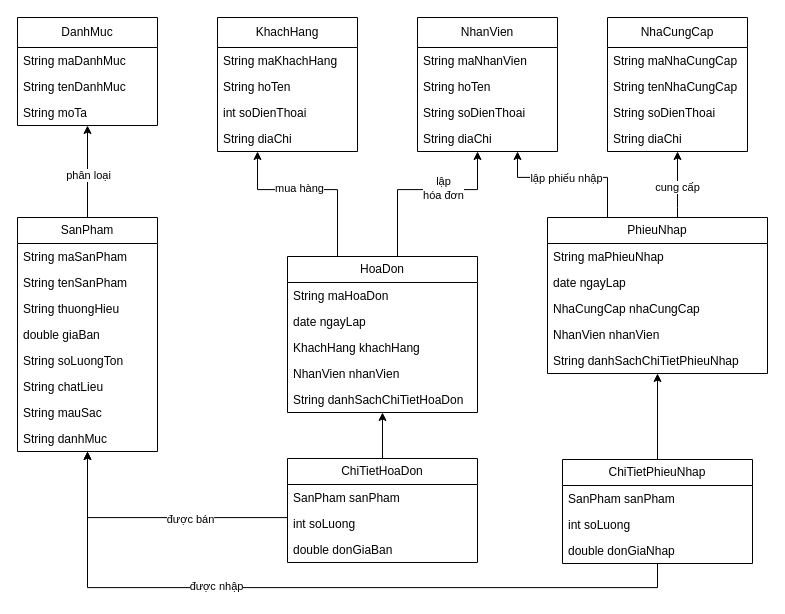
Earlier version of the draw.io diagram page "class diagram" (1 of 2) of DoAn/artifacts/class-diagram.drawio (Mut2407/oop-26). Source tidied: cells renumbered, new cells numbered last; positions are measured from the earlier drawing's top-left corner, leaving out a move shared by most shapes. Both pictures are drawn from the tidied source at 100%, with x=0, y=0 at pixel (17, 17).
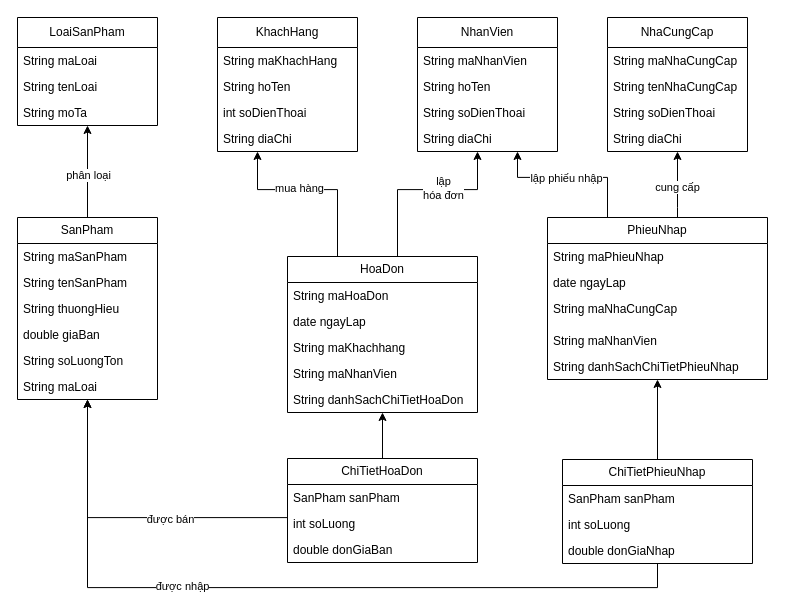
The same page after the edit.

Unchanged cells that the change refers to:
```xml
<mxCell id="36" value="HoaDon" style="swimlane;fontStyle=0;horizontal=1;startSize=26;fillColor=none;whiteSpace=wrap;html=1;" parent="1" vertex="1">
  <mxGeometry x="270" y="239" width="190" height="156" as="geometry" />
</mxCell>
```

Change to the diagram source:
```diff
@@
     <mxCell id="4" value="SanPham" style="swimlane;fontStyle=0;horizontal=1;startSize=26;fillColor=none;whiteSpace=wrap;html=1;" parent="1" vertex="1">
-      <mxGeometry y="200" width="140" height="234" as="geometry" />
+      <mxGeometry y="200" width="140" height="182" as="geometry" />
     </mxCell>
@@
-    <mxCell id="10" value="String chatLieu" style="text;strokeColor=none;fillColor=none;align=left;verticalAlign=top;spacingLeft=4;spacingRight=4;overflow=hidden;whiteSpace=wrap;html=1;" parent="4" vertex="1">
-      <mxGeometry y="156" width="140" height="26" as="geometry" />
-    </mxCell>
-    <mxCell id="11" value="String mauSac" style="text;strokeColor=none;fillColor=none;align=left;verticalAlign=top;spacingLeft=4;spacingRight=4;overflow=hidden;whiteSpace=wrap;html=1;" parent="4" vertex="1">
-      <mxGeometry y="182" width="140" height="26" as="geometry" />
-    </mxCell>
-    <mxCell id="12" value="String danhMuc" style="text;strokeColor=none;fillColor=none;align=left;verticalAlign=top;spacingLeft=4;spacingRight=4;overflow=hidden;whiteSpace=wrap;html=1;" parent="4" vertex="1">
-      <mxGeometry y="208" width="140" height="26" as="geometry" />
+    <mxCell id="12" value="String maLoai" style="text;strokeColor=none;fillColor=none;align=left;verticalAlign=top;spacingLeft=4;spacingRight=4;overflow=hidden;whiteSpace=wrap;html=1;" parent="4" vertex="1">
+      <mxGeometry y="156" width="140" height="26" as="geometry" />
     </mxCell>
-    <mxCell id="13" value="DanhMuc" style="swimlane;fontStyle=0;horizontal=1;startSize=30;fillColor=none;whiteSpace=wrap;html=1;" parent="1" vertex="1">
+    <mxCell id="13" value="LoaiSanPham" style="swimlane;fontStyle=0;horizontal=1;startSize=30;fillColor=none;whiteSpace=wrap;html=1;" parent="1" vertex="1">
       <mxGeometry width="140" height="108" as="geometry" />
     </mxCell>
-    <mxCell id="14" value="String maDanhMuc" style="text;strokeColor=none;fillColor=none;align=left;verticalAlign=top;spacingLeft=4;spacingRight=4;overflow=hidden;whiteSpace=wrap;html=1;" parent="13" vertex="1">
+    <mxCell id="14" value="String maLoai" style="text;strokeColor=none;fillColor=none;align=left;verticalAlign=top;spacingLeft=4;spacingRight=4;overflow=hidden;whiteSpace=wrap;html=1;" parent="13" vertex="1">
       <mxGeometry y="30" width="140" height="26" as="geometry" />
     </mxCell>
-    <mxCell id="15" value="String tenDanhMuc" style="text;strokeColor=none;fillColor=none;align=left;verticalAlign=top;spacingLeft=4;spacingRight=4;overflow=hidden;whiteSpace=wrap;html=1;" parent="13" vertex="1">
+    <mxCell id="15" value="String tenLoai" style="text;strokeColor=none;fillColor=none;align=left;verticalAlign=top;spacingLeft=4;spacingRight=4;overflow=hidden;whiteSpace=wrap;html=1;" parent="13" vertex="1">
       <mxGeometry y="56" width="140" height="26" as="geometry" />
     </mxCell>
@@
-    <mxCell id="39" value="KhachHang khachHang" style="text;strokeColor=none;fillColor=none;align=left;verticalAlign=top;spacingLeft=4;spacingRight=4;overflow=hidden;whiteSpace=wrap;html=1;" parent="36" vertex="1">
+    <mxCell id="39" value="String maKhachhang" style="text;strokeColor=none;fillColor=none;align=left;verticalAlign=top;spacingLeft=4;spacingRight=4;overflow=hidden;whiteSpace=wrap;html=1;" parent="36" vertex="1">
       <mxGeometry y="78" width="190" height="26" as="geometry" />
     </mxCell>
-    <mxCell id="40" value="NhanVien nhanVien" style="text;strokeColor=none;fillColor=none;align=left;verticalAlign=top;spacingLeft=4;spacingRight=4;overflow=hidden;whiteSpace=wrap;html=1;" parent="36" vertex="1">
+    <mxCell id="40" value="String maNhanVien" style="text;strokeColor=none;fillColor=none;align=left;verticalAlign=top;spacingLeft=4;spacingRight=4;overflow=hidden;whiteSpace=wrap;html=1;" parent="36" vertex="1">
       <mxGeometry y="104" width="190" height="26" as="geometry" />
     </mxCell>
@@
     <mxCell id="53" value="PhieuNhap" style="swimlane;fontStyle=0;horizontal=1;startSize=26;fillColor=none;whiteSpace=wrap;html=1;" parent="1" vertex="1">
-      <mxGeometry x="530" y="200" width="220" height="156" as="geometry" />
+      <mxGeometry x="530" y="200" width="220" height="162" as="geometry" />
     </mxCell>
@@
-    <mxCell id="56" value="NhaCungCap nhaCungCap" style="text;strokeColor=none;fillColor=none;align=left;verticalAlign=top;spacingLeft=4;spacingRight=4;overflow=hidden;whiteSpace=wrap;html=1;" parent="53" vertex="1">
-      <mxGeometry y="78" width="220" height="26" as="geometry" />
+    <mxCell id="56" value="String maNhaCungCap" style="text;strokeColor=none;fillColor=none;align=left;verticalAlign=top;spacingLeft=4;spacingRight=4;overflow=hidden;whiteSpace=wrap;html=1;" parent="53" vertex="1">
+      <mxGeometry y="78" width="220" height="32" as="geometry" />
     </mxCell>
-    <mxCell id="57" value="NhanVien nhanVien" style="text;strokeColor=none;fillColor=none;align=left;verticalAlign=top;spacingLeft=4;spacingRight=4;overflow=hidden;whiteSpace=wrap;html=1;" parent="53" vertex="1">
-      <mxGeometry y="104" width="220" height="26" as="geometry" />
+    <mxCell id="57" value="String maNhanVien" style="text;strokeColor=none;fillColor=none;align=left;verticalAlign=top;spacingLeft=4;spacingRight=4;overflow=hidden;whiteSpace=wrap;html=1;" parent="53" vertex="1">
+      <mxGeometry y="110" width="220" height="26" as="geometry" />
     </mxCell>
     <mxCell id="58" value="String danhSachChiTietPhieuNhap" style="text;strokeColor=none;fillColor=none;align=left;verticalAlign=top;spacingLeft=4;spacingRight=4;overflow=hidden;whiteSpace=wrap;html=1;" parent="53" vertex="1">
-      <mxGeometry y="130" width="220" height="26" as="geometry" />
+      <mxGeometry y="136" width="220" height="26" as="geometry" />
     </mxCell>
```
